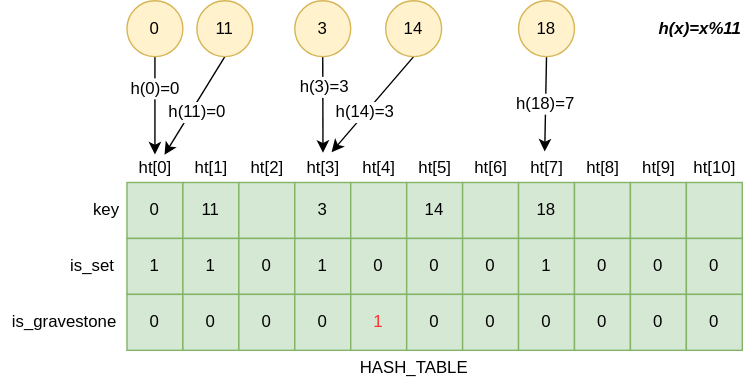
vlad-olteanu/dsa-2024-2025-lab-resources keeps this draw.io diagram as diagrams/htoa.svg. Above is the earlier version. Source tidied: cells renumbered, new cells last; positions are measured from the earlier drawing's top-left corner, leaving out a move shared by most shapes. Source of this version:
```xml
<mxGraphModel>
  <root>
    <mxCell id="0" />
    <mxCell id="1" parent="0" />
    <mxCell id="2" value="0" style="rounded=0;whiteSpace=wrap;html=1;fillColor=#d5e8d4;strokeColor=#82b366;" parent="1" vertex="1">
      <mxGeometry x="90" y="130" width="40" height="40" as="geometry" />
    </mxCell>
    <mxCell id="3" value="11" style="rounded=0;whiteSpace=wrap;html=1;fillColor=#d5e8d4;strokeColor=#82b366;" parent="1" vertex="1">
      <mxGeometry x="130" y="130" width="40" height="40" as="geometry" />
    </mxCell>
    <mxCell id="4" style="rounded=0;whiteSpace=wrap;html=1;fillColor=#d5e8d4;strokeColor=#82b366;" parent="1" vertex="1">
      <mxGeometry x="170" y="130" width="40" height="40" as="geometry" />
    </mxCell>
    <mxCell id="5" value="3" style="rounded=0;whiteSpace=wrap;html=1;fillColor=#d5e8d4;strokeColor=#82b366;" parent="1" vertex="1">
      <mxGeometry x="210" y="130" width="40" height="40" as="geometry" />
    </mxCell>
    <mxCell id="6" style="rounded=0;whiteSpace=wrap;html=1;fillColor=#d5e8d4;strokeColor=#82b366;" parent="1" vertex="1">
      <mxGeometry x="250" y="130" width="40" height="40" as="geometry" />
    </mxCell>
    <mxCell id="7" value="14" style="rounded=0;whiteSpace=wrap;html=1;fillColor=#d5e8d4;strokeColor=#82b366;" parent="1" vertex="1">
      <mxGeometry x="290" y="130" width="40" height="40" as="geometry" />
    </mxCell>
    <mxCell id="8" style="rounded=0;whiteSpace=wrap;html=1;fillColor=#d5e8d4;strokeColor=#82b366;" parent="1" vertex="1">
      <mxGeometry x="330" y="130" width="40" height="40" as="geometry" />
    </mxCell>
    <mxCell id="9" value="18" style="rounded=0;whiteSpace=wrap;html=1;fillColor=#d5e8d4;strokeColor=#82b366;" parent="1" vertex="1">
      <mxGeometry x="370" y="130" width="40" height="40" as="geometry" />
    </mxCell>
    <mxCell id="10" style="rounded=0;whiteSpace=wrap;html=1;fillColor=#d5e8d4;strokeColor=#82b366;" parent="1" vertex="1">
      <mxGeometry x="410" y="130" width="40" height="40" as="geometry" />
    </mxCell>
    <mxCell id="11" style="rounded=0;whiteSpace=wrap;html=1;fillColor=#d5e8d4;strokeColor=#82b366;" parent="1" vertex="1">
      <mxGeometry x="450" y="130" width="40" height="40" as="geometry" />
    </mxCell>
    <mxCell id="12" style="rounded=0;whiteSpace=wrap;html=1;fillColor=#d5e8d4;strokeColor=#82b366;" parent="1" vertex="1">
      <mxGeometry x="490" y="130" width="40" height="40" as="geometry" />
    </mxCell>
    <mxCell id="13" value="&lt;font style=&quot;font-size: 12px;&quot;&gt;&lt;br&gt;HASH_TABLE&lt;/font&gt;" style="text;html=1;align=center;verticalAlign=middle;strokeColor=none;fillColor=none;fontSize=9;" parent="1" vertex="1">
      <mxGeometry x="250" y="240" width="90" height="30" as="geometry" />
    </mxCell>
    <mxCell id="14" value="1" style="rounded=0;whiteSpace=wrap;html=1;fillColor=#d5e8d4;strokeColor=#82b366;" parent="1" vertex="1">
      <mxGeometry x="90" y="170" width="40" height="40" as="geometry" />
    </mxCell>
    <mxCell id="15" value="1" style="rounded=0;whiteSpace=wrap;html=1;fillColor=#d5e8d4;strokeColor=#82b366;" parent="1" vertex="1">
      <mxGeometry x="130" y="170" width="40" height="40" as="geometry" />
    </mxCell>
    <mxCell id="16" value="0" style="rounded=0;whiteSpace=wrap;html=1;fillColor=#d5e8d4;strokeColor=#82b366;" parent="1" vertex="1">
      <mxGeometry x="170" y="170" width="40" height="40" as="geometry" />
    </mxCell>
    <mxCell id="17" value="1" style="rounded=0;whiteSpace=wrap;html=1;fillColor=#d5e8d4;strokeColor=#82b366;" parent="1" vertex="1">
      <mxGeometry x="210" y="170" width="40" height="40" as="geometry" />
    </mxCell>
    <mxCell id="18" value="0" style="rounded=0;whiteSpace=wrap;html=1;fillColor=#d5e8d4;strokeColor=#82b366;" parent="1" vertex="1">
      <mxGeometry x="250" y="170" width="40" height="40" as="geometry" />
    </mxCell>
    <mxCell id="19" value="0" style="rounded=0;whiteSpace=wrap;html=1;fillColor=#d5e8d4;strokeColor=#82b366;" parent="1" vertex="1">
      <mxGeometry x="290" y="170" width="40" height="40" as="geometry" />
    </mxCell>
    <mxCell id="20" value="0" style="rounded=0;whiteSpace=wrap;html=1;fillColor=#d5e8d4;strokeColor=#82b366;" parent="1" vertex="1">
      <mxGeometry x="330" y="170" width="40" height="40" as="geometry" />
    </mxCell>
    <mxCell id="21" value="1" style="rounded=0;whiteSpace=wrap;html=1;fillColor=#d5e8d4;strokeColor=#82b366;" parent="1" vertex="1">
      <mxGeometry x="370" y="170" width="40" height="40" as="geometry" />
    </mxCell>
    <mxCell id="22" value="0" style="rounded=0;whiteSpace=wrap;html=1;fillColor=#d5e8d4;strokeColor=#82b366;" parent="1" vertex="1">
      <mxGeometry x="410" y="170" width="40" height="40" as="geometry" />
    </mxCell>
    <mxCell id="23" value="0" style="rounded=0;whiteSpace=wrap;html=1;fillColor=#d5e8d4;strokeColor=#82b366;" parent="1" vertex="1">
      <mxGeometry x="450" y="170" width="40" height="40" as="geometry" />
    </mxCell>
    <mxCell id="24" value="0" style="rounded=0;whiteSpace=wrap;html=1;fillColor=#d5e8d4;strokeColor=#82b366;" parent="1" vertex="1">
      <mxGeometry x="490" y="170" width="40" height="40" as="geometry" />
    </mxCell>
    <mxCell id="25" value="ht[0]" style="text;html=1;align=center;verticalAlign=middle;points=[];strokeColor=none;fillColor=none;fontSize=12;" parent="1" vertex="1">
      <mxGeometry x="90" y="110" width="40" height="20" as="geometry" />
    </mxCell>
    <mxCell id="26" value="ht[1]" style="text;html=1;align=center;verticalAlign=middle;strokeColor=none;fillColor=none;fontSize=12;" parent="1" vertex="1">
      <mxGeometry x="130" y="110" width="40" height="20" as="geometry" />
    </mxCell>
    <mxCell id="27" value="ht[2]" style="text;html=1;align=center;verticalAlign=middle;strokeColor=none;fillColor=none;fontSize=12;" parent="1" vertex="1">
      <mxGeometry x="170" y="110" width="40" height="20" as="geometry" />
    </mxCell>
    <mxCell id="28" value="ht[3]" style="text;html=1;align=center;verticalAlign=middle;points=[];strokeColor=none;fillColor=none;fontSize=12;" parent="1" vertex="1">
      <mxGeometry x="210" y="110" width="40" height="20" as="geometry" />
    </mxCell>
    <mxCell id="29" value="ht[4]" style="text;html=1;align=center;verticalAlign=middle;strokeColor=none;fillColor=none;fontSize=12;" parent="1" vertex="1">
      <mxGeometry x="250" y="110" width="40" height="20" as="geometry" />
    </mxCell>
    <mxCell id="30" value="ht[5]" style="text;html=1;align=center;verticalAlign=middle;strokeColor=none;fillColor=none;fontSize=12;" parent="1" vertex="1">
      <mxGeometry x="290" y="110" width="40" height="20" as="geometry" />
    </mxCell>
    <mxCell id="31" value="ht[6]" style="text;html=1;align=center;verticalAlign=middle;strokeColor=none;fillColor=none;fontSize=12;" parent="1" vertex="1">
      <mxGeometry x="330" y="110" width="40" height="20" as="geometry" />
    </mxCell>
    <mxCell id="32" value="ht[7]" style="text;html=1;align=center;verticalAlign=middle;points=[];strokeColor=none;fillColor=none;fontSize=12;" parent="1" vertex="1">
      <mxGeometry x="370" y="110" width="40" height="20" as="geometry" />
    </mxCell>
    <mxCell id="33" value="ht[8]" style="text;html=1;align=center;verticalAlign=middle;strokeColor=none;fillColor=none;fontSize=12;" parent="1" vertex="1">
      <mxGeometry x="410" y="110" width="40" height="20" as="geometry" />
    </mxCell>
    <mxCell id="34" value="ht[9]" style="text;html=1;align=center;verticalAlign=middle;strokeColor=none;fillColor=none;fontSize=12;" parent="1" vertex="1">
      <mxGeometry x="450" y="110" width="40" height="20" as="geometry" />
    </mxCell>
    <mxCell id="35" value="ht[10]" style="text;html=1;align=center;verticalAlign=middle;strokeColor=none;fillColor=none;fontSize=12;" parent="1" vertex="1">
      <mxGeometry x="485" y="110" width="50" height="20" as="geometry" />
    </mxCell>
    <mxCell id="36" value="key" style="text;html=1;align=center;verticalAlign=middle;strokeColor=none;fillColor=none;fontSize=12;" parent="1" vertex="1">
      <mxGeometry x="60" y="140" width="30" height="20" as="geometry" />
    </mxCell>
    <mxCell id="37" value="is_set" style="text;html=1;align=center;verticalAlign=middle;strokeColor=none;fillColor=none;fontSize=12;" parent="1" vertex="1">
      <mxGeometry x="40" y="180" width="50" height="20" as="geometry" />
    </mxCell>
    <mxCell id="38" value="is_gravestone" style="text;html=1;align=center;verticalAlign=middle;strokeColor=none;fillColor=none;fontSize=12;" parent="1" vertex="1">
      <mxGeometry y="220" width="90" height="20" as="geometry" />
    </mxCell>
    <mxCell id="39" value="0" style="rounded=0;whiteSpace=wrap;html=1;fillColor=#d5e8d4;strokeColor=#82b366;" parent="1" vertex="1">
      <mxGeometry x="90" y="210" width="40" height="40" as="geometry" />
    </mxCell>
    <mxCell id="40" value="0" style="rounded=0;whiteSpace=wrap;html=1;fillColor=#d5e8d4;strokeColor=#82b366;" parent="1" vertex="1">
      <mxGeometry x="130" y="210" width="40" height="40" as="geometry" />
    </mxCell>
    <mxCell id="41" value="0" style="rounded=0;whiteSpace=wrap;html=1;fillColor=#d5e8d4;strokeColor=#82b366;" parent="1" vertex="1">
      <mxGeometry x="170" y="210" width="40" height="40" as="geometry" />
    </mxCell>
    <mxCell id="42" value="0" style="rounded=0;whiteSpace=wrap;html=1;fillColor=#d5e8d4;strokeColor=#82b366;" parent="1" vertex="1">
      <mxGeometry x="210" y="210" width="40" height="40" as="geometry" />
    </mxCell>
    <mxCell id="43" value="&lt;font color=&quot;#ff3333&quot;&gt;1&lt;/font&gt;" style="rounded=0;whiteSpace=wrap;html=1;fillColor=#d5e8d4;strokeColor=#82b366;" parent="1" vertex="1">
      <mxGeometry x="250" y="210" width="40" height="40" as="geometry" />
    </mxCell>
    <mxCell id="44" value="0" style="rounded=0;whiteSpace=wrap;html=1;fillColor=#d5e8d4;strokeColor=#82b366;" parent="1" vertex="1">
      <mxGeometry x="290" y="210" width="40" height="40" as="geometry" />
    </mxCell>
    <mxCell id="45" value="0" style="rounded=0;whiteSpace=wrap;html=1;fillColor=#d5e8d4;strokeColor=#82b366;" parent="1" vertex="1">
      <mxGeometry x="330" y="210" width="40" height="40" as="geometry" />
    </mxCell>
    <mxCell id="46" value="0" style="rounded=0;whiteSpace=wrap;html=1;fillColor=#d5e8d4;strokeColor=#82b366;" parent="1" vertex="1">
      <mxGeometry x="370" y="210" width="40" height="40" as="geometry" />
    </mxCell>
    <mxCell id="47" value="0" style="rounded=0;whiteSpace=wrap;html=1;fillColor=#d5e8d4;strokeColor=#82b366;" parent="1" vertex="1">
      <mxGeometry x="410" y="210" width="40" height="40" as="geometry" />
    </mxCell>
    <mxCell id="48" value="0" style="rounded=0;whiteSpace=wrap;html=1;fillColor=#d5e8d4;strokeColor=#82b366;" parent="1" vertex="1">
      <mxGeometry x="450" y="210" width="40" height="40" as="geometry" />
    </mxCell>
    <mxCell id="49" value="0" style="rounded=0;whiteSpace=wrap;html=1;fillColor=#d5e8d4;strokeColor=#82b366;" parent="1" vertex="1">
      <mxGeometry x="490" y="210" width="40" height="40" as="geometry" />
    </mxCell>
    <mxCell id="50" value="h(0)=0" style="edgeStyle=none;rounded=0;jettySize=auto;html=1;exitX=0.5;exitY=1;exitDx=0;exitDy=0;fontSize=12;" parent="1" edge="1" source="51" target="25">
      <mxGeometry x="-0.33" relative="1" as="geometry" />
    </mxCell>
    <mxCell id="51" value="0" style="ellipse;whiteSpace=wrap;html=1;fontSize=12;fillColor=#fff2cc;strokeColor=#d6b656;" parent="1" vertex="1">
      <mxGeometry x="90" width="40" height="40" as="geometry" />
    </mxCell>
    <mxCell id="52" value="h(11)=0" style="edgeStyle=none;rounded=0;jettySize=auto;html=1;exitX=0.5;exitY=1;exitDx=0;exitDy=0;fontSize=12;entryX=0.671;entryY=0.009;entryDx=0;entryDy=0;entryPerimeter=0;" parent="1" edge="1" source="53" target="25">
      <mxGeometry x="0.08" y="4" relative="1" as="geometry" />
    </mxCell>
    <mxCell id="53" value="11" style="ellipse;whiteSpace=wrap;html=1;fontSize=12;fillColor=#fff2cc;strokeColor=#d6b656;" parent="1" vertex="1">
      <mxGeometry x="140" width="40" height="40" as="geometry" />
    </mxCell>
    <mxCell id="54" style="edgeStyle=none;rounded=0;jettySize=auto;html=1;exitX=0.5;exitY=1;exitDx=0;exitDy=0;entryX=0.504;entryY=-0.062;entryDx=0;entryDy=0;entryPerimeter=0;fontSize=12;" parent="1" edge="1" source="56" target="28">
      <mxGeometry relative="1" as="geometry" />
    </mxCell>
    <mxCell id="55" value="h(3)=3" style="edgeLabel;html=1;align=center;verticalAlign=middle;fontSize=12;" parent="54" vertex="1">
      <mxGeometry x="-0.36" relative="1" as="geometry" />
    </mxCell>
    <mxCell id="56" value="3" style="ellipse;whiteSpace=wrap;html=1;fontSize=12;fillColor=#fff2cc;strokeColor=#d6b656;" parent="1" vertex="1">
      <mxGeometry x="210" width="40" height="40" as="geometry" />
    </mxCell>
    <mxCell id="57" value="h(14)=3" style="edgeStyle=none;rounded=0;jettySize=auto;html=1;exitX=0.5;exitY=1;exitDx=0;exitDy=0;entryX=0.658;entryY=-0.086;entryDx=0;entryDy=0;entryPerimeter=0;fontSize=12;" parent="1" edge="1" source="58" target="28">
      <mxGeometry x="0.18" relative="1" as="geometry" />
    </mxCell>
    <mxCell id="58" value="14" style="ellipse;whiteSpace=wrap;html=1;fontSize=12;fillColor=#fff2cc;strokeColor=#d6b656;" parent="1" vertex="1">
      <mxGeometry x="275" width="40" height="40" as="geometry" />
    </mxCell>
    <mxCell id="59" value="&lt;font color=&quot;#000000&quot;&gt;h(18)=7&lt;/font&gt;" style="edgeStyle=none;rounded=0;jettySize=auto;html=1;exitX=0.5;exitY=1;exitDx=0;exitDy=0;entryX=0.468;entryY=-0.11;entryDx=0;entryDy=0;entryPerimeter=0;fontSize=12;fontColor=#FF3333;" parent="1" edge="1" source="60" target="32">
      <mxGeometry relative="1" as="geometry" />
    </mxCell>
    <mxCell id="60" value="18" style="ellipse;whiteSpace=wrap;html=1;fontSize=12;fillColor=#fff2cc;strokeColor=#d6b656;" parent="1" vertex="1">
      <mxGeometry x="370" width="40" height="40" as="geometry" />
    </mxCell>
    <mxCell id="61" value="&lt;i&gt;&lt;b&gt;h(x)=x%11&lt;/b&gt;&lt;/i&gt;" style="text;html=1;strokeColor=none;fillColor=none;align=center;verticalAlign=middle;whiteSpace=wrap;rounded=0;fontSize=12;fontColor=#000000;" parent="1" vertex="1">
      <mxGeometry x="470" y="5" width="60" height="30" as="geometry" />
    </mxCell>
  </root>
</mxGraphModel>
```
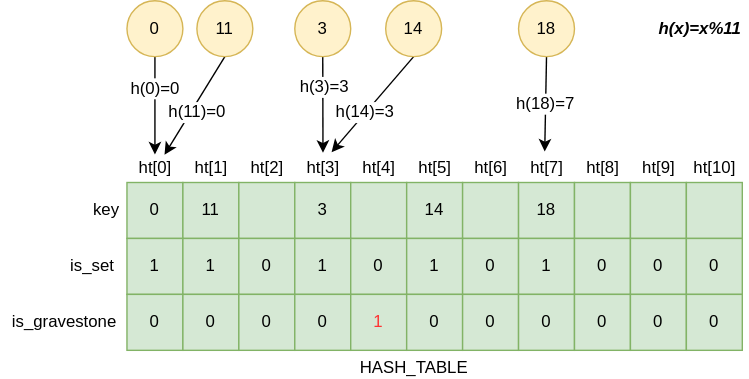
The same diagram one commit later.

The edit, as a diff of the source:
```diff
@@ -53,7 +53,7 @@
     <mxCell id="18" value="0" style="rounded=0;whiteSpace=wrap;html=1;fillColor=#d5e8d4;strokeColor=#82b366;" parent="1" vertex="1">
       <mxGeometry x="250" y="170" width="40" height="40" as="geometry" />
     </mxCell>
-    <mxCell id="19" value="0" style="rounded=0;whiteSpace=wrap;html=1;fillColor=#d5e8d4;strokeColor=#82b366;" parent="1" vertex="1">
+    <mxCell id="19" value="1" style="rounded=0;whiteSpace=wrap;html=1;fillColor=#d5e8d4;strokeColor=#82b366;" parent="1" vertex="1">
       <mxGeometry x="290" y="170" width="40" height="40" as="geometry" />
     </mxCell>
     <mxCell id="20" value="0" style="rounded=0;whiteSpace=wrap;html=1;fillColor=#d5e8d4;strokeColor=#82b366;" parent="1" vertex="1">
```
